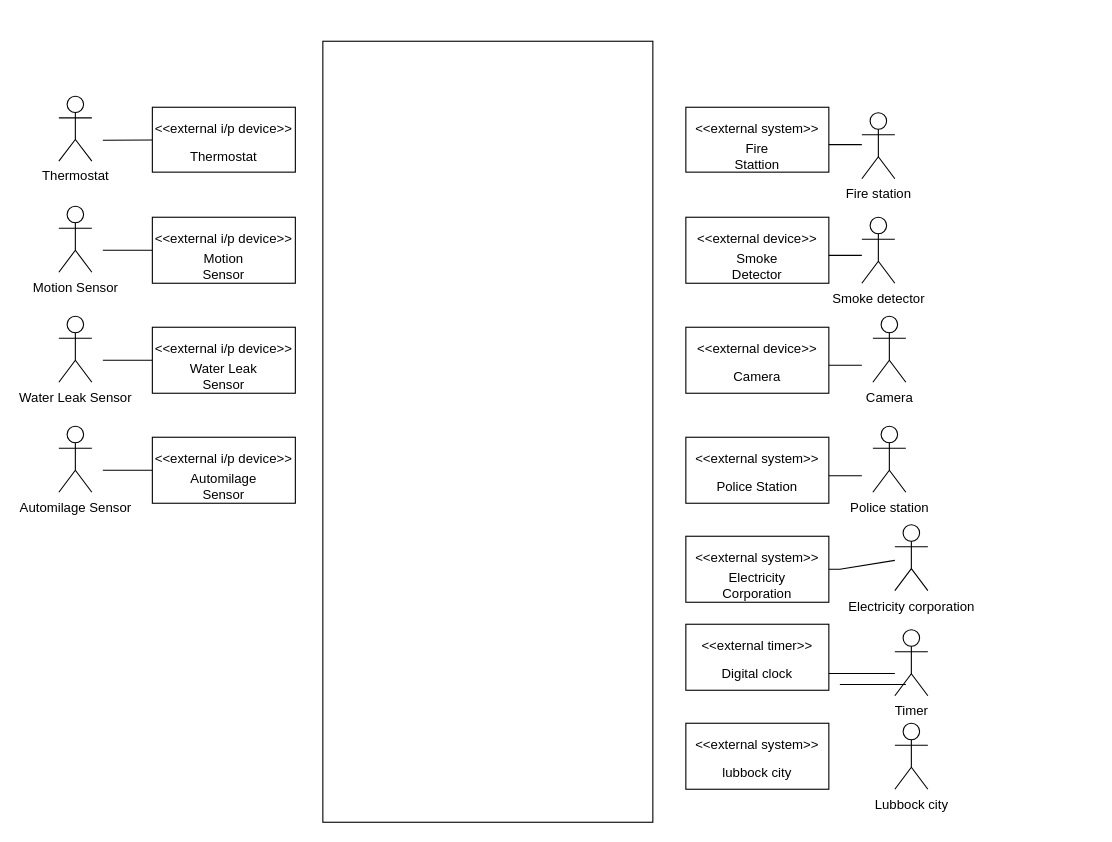
Earlier version of the draw.io diagram Untitled Diagram.drawio (emmanuel-george/TestProject). Source tidied: cells renumbered, new cells numbered last; positions are measured from the earlier drawing's top-left corner, leaving out a move shared by most shapes. Both pictures are drawn from the tidied source at 110%, with x=0, y=0 at pixel (58, 41).
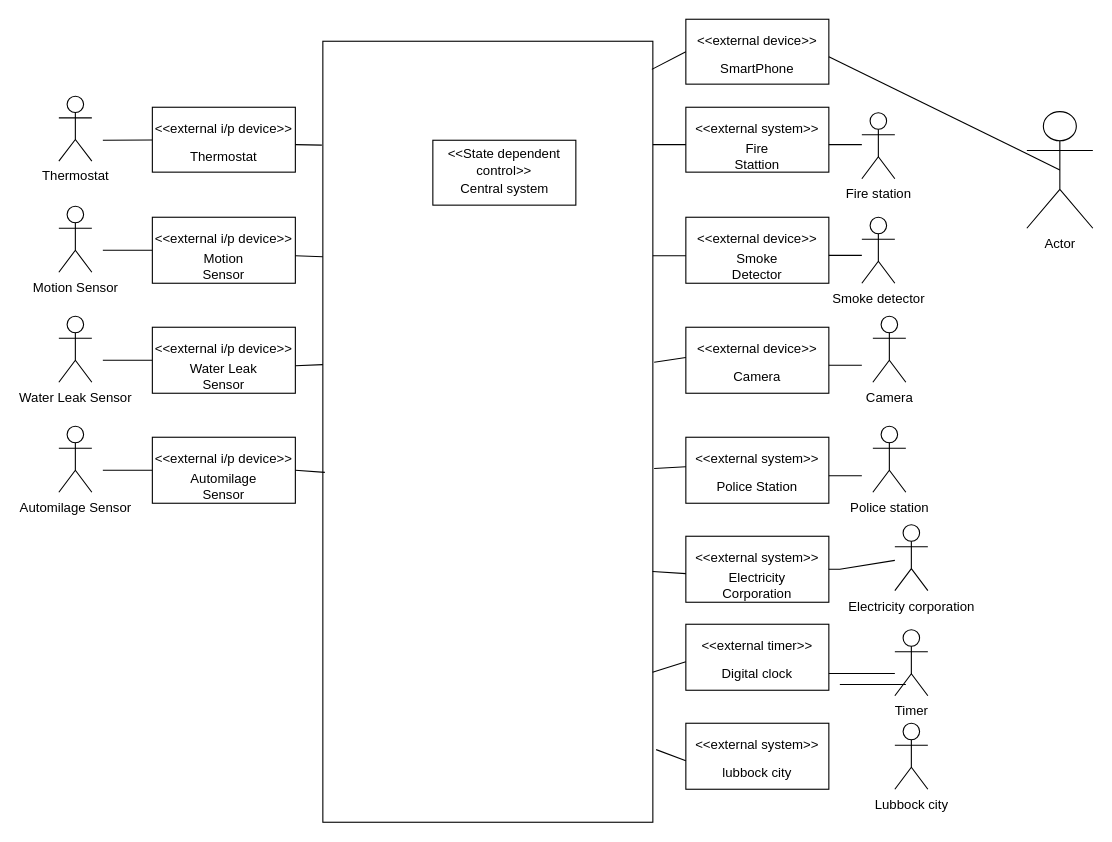
The same diagram, later.

Unchanged cells that the change refers to:
```xml
<mxCell id="5" value="&amp;lt;&amp;lt;external i/p device&amp;gt;&amp;gt;" style="text;html=1;strokeColor=none;fillColor=none;align=center;verticalAlign=middle;whiteSpace=wrap;rounded=0;" parent="1" vertex="1">
  <mxGeometry x="85" y="65" width="130" height="29" as="geometry" />
</mxCell>
<mxCell id="10" value="&amp;lt;&amp;lt;external i/p device&amp;gt;&amp;gt;" style="text;html=1;strokeColor=none;fillColor=none;align=center;verticalAlign=middle;whiteSpace=wrap;rounded=0;" parent="1" vertex="1">
  <mxGeometry x="85" y="165" width="130" height="30" as="geometry" />
</mxCell>
<mxCell id="15" value="&amp;lt;&amp;lt;external i/p device&amp;gt;&amp;gt;" style="text;html=1;strokeColor=none;fillColor=none;align=center;verticalAlign=middle;whiteSpace=wrap;rounded=0;" parent="1" vertex="1">
  <mxGeometry x="85" y="265" width="130" height="30" as="geometry" />
</mxCell>
<mxCell id="19" style="rounded=0;whiteSpace=wrap;html=1;" parent="1" vertex="1">
  <mxGeometry x="85" y="360" width="130" height="60" as="geometry" />
</mxCell>
<mxCell id="22" style="rounded=0;whiteSpace=wrap;html=1;" parent="1" vertex="1">
  <mxGeometry x="240" width="300" height="710" as="geometry" />
</mxCell>
<mxCell id="24" value="&amp;lt;&amp;lt;external system&amp;gt;&amp;gt;" style="text;html=1;strokeColor=none;fillColor=none;align=center;verticalAlign=middle;whiteSpace=wrap;rounded=0;" parent="1" vertex="1">
  <mxGeometry x="570" y="65" width="130" height="29" as="geometry" />
</mxCell>
<mxCell id="27" value="&amp;lt;&amp;lt;external device&amp;gt;&amp;gt;" style="text;html=1;strokeColor=none;fillColor=none;align=center;verticalAlign=middle;whiteSpace=wrap;rounded=0;" parent="1" vertex="1">
  <mxGeometry x="570" y="165" width="130" height="30" as="geometry" />
</mxCell>
<mxCell id="30" value="&amp;lt;&amp;lt;external device&amp;gt;&amp;gt;" style="text;html=1;strokeColor=none;fillColor=none;align=center;verticalAlign=middle;whiteSpace=wrap;rounded=0;" parent="1" vertex="1">
  <mxGeometry x="570" y="265" width="130" height="30" as="geometry" />
</mxCell>
<mxCell id="34" value="&amp;lt;&amp;lt;external system&amp;gt;&amp;gt;" style="text;html=1;strokeColor=none;fillColor=none;align=center;verticalAlign=middle;whiteSpace=wrap;rounded=0;" parent="1" vertex="1">
  <mxGeometry x="570" y="365" width="130" height="29" as="geometry" />
</mxCell>
<mxCell id="37" value="&amp;lt;&amp;lt;external system&amp;gt;&amp;gt;" style="text;html=1;strokeColor=none;fillColor=none;align=center;verticalAlign=middle;whiteSpace=wrap;rounded=0;" parent="1" vertex="1">
  <mxGeometry x="570" y="455" width="130" height="29" as="geometry" />
</mxCell>
<mxCell id="40" value="&amp;lt;&amp;lt;external timer&amp;gt;&amp;gt;" style="text;html=1;strokeColor=none;fillColor=none;align=center;verticalAlign=middle;whiteSpace=wrap;rounded=0;" parent="1" vertex="1">
  <mxGeometry x="570" y="535" width="130" height="29" as="geometry" />
</mxCell>
<mxCell id="43" value="&amp;lt;&amp;lt;external system&amp;gt;&amp;gt;" style="text;html=1;strokeColor=none;fillColor=none;align=center;verticalAlign=middle;whiteSpace=wrap;rounded=0;" parent="1" vertex="1">
  <mxGeometry x="570" y="625" width="130" height="29" as="geometry" />
</mxCell>
```

Diff of the diagram source:
```diff
@@
+    <mxCell id="58" style="rounded=0;whiteSpace=wrap;html=1;" parent="1" vertex="1">
+      <mxGeometry x="340" y="90" width="130" height="59" as="geometry" />
+    </mxCell>
+    <mxCell id="59" value="&amp;lt;&amp;lt;State dependent control&amp;gt;&amp;gt;" style="text;html=1;strokeColor=none;fillColor=none;align=center;verticalAlign=middle;whiteSpace=wrap;rounded=0;" parent="1" vertex="1">
+      <mxGeometry x="340" y="95" width="130" height="29" as="geometry" />
+    </mxCell>
+    <mxCell id="60" value="Central system" style="text;html=1;strokeColor=none;fillColor=none;align=center;verticalAlign=middle;whiteSpace=wrap;rounded=0;" parent="1" vertex="1">
+      <mxGeometry x="362.5" y="119" width="85" height="29" as="geometry" />
+    </mxCell>
+    <mxCell id="61" style="endArrow=none;html=1;rounded=0;entryX=0;entryY=1;entryDx=0;entryDy=0;" parent="1" edge="1" target="24">
+      <mxGeometry relative="1" as="geometry">
+        <mxPoint x="540" y="94" as="sourcePoint" />
+      </mxGeometry>
+    </mxCell>
+    <mxCell id="62" style="endArrow=none;html=1;rounded=0;entryX=0;entryY=1;entryDx=0;entryDy=0;" parent="1" edge="1" target="27">
+      <mxGeometry relative="1" as="geometry">
+        <mxPoint x="540" y="195" as="sourcePoint" />
+      </mxGeometry>
+    </mxCell>
+    <mxCell id="63" style="endArrow=none;html=1;rounded=0;entryX=0;entryY=0.75;entryDx=0;entryDy=0;exitX=1.004;exitY=0.411;exitDx=0;exitDy=0;exitPerimeter=0;" parent="1" edge="1" source="22" target="30">
+      <mxGeometry relative="1" as="geometry" />
+    </mxCell>
+    <mxCell id="64" style="endArrow=none;html=1;rounded=0;entryX=0;entryY=0.75;entryDx=0;entryDy=0;exitX=1.004;exitY=0.547;exitDx=0;exitDy=0;exitPerimeter=0;" parent="1" edge="1" source="22" target="34">
+      <mxGeometry relative="1" as="geometry" />
+    </mxCell>
+    <mxCell id="65" style="endArrow=none;html=1;rounded=0;entryX=0;entryY=1;entryDx=0;entryDy=0;exitX=0.999;exitY=0.679;exitDx=0;exitDy=0;exitPerimeter=0;" parent="1" edge="1" source="22" target="37">
+      <mxGeometry relative="1" as="geometry" />
+    </mxCell>
+    <mxCell id="66" style="endArrow=none;html=1;rounded=0;entryX=0;entryY=1;entryDx=0;entryDy=0;exitX=0.999;exitY=0.808;exitDx=0;exitDy=0;exitPerimeter=0;" parent="1" edge="1" source="22" target="40">
+      <mxGeometry relative="1" as="geometry" />
+    </mxCell>
+    <mxCell id="67" style="endArrow=none;html=1;rounded=0;entryX=0;entryY=1;entryDx=0;entryDy=0;exitX=1.01;exitY=0.907;exitDx=0;exitDy=0;exitPerimeter=0;" parent="1" edge="1" source="22" target="43">
+      <mxGeometry relative="1" as="geometry" />
+    </mxCell>
+    <mxCell id="68" style="endArrow=none;html=1;rounded=0;exitX=1;exitY=1;exitDx=0;exitDy=0;entryX=-0.003;entryY=0.133;entryDx=0;entryDy=0;entryPerimeter=0;" parent="1" edge="1" source="5" target="22">
+      <mxGeometry relative="1" as="geometry" />
+    </mxCell>
+    <mxCell id="69" style="endArrow=none;html=1;rounded=0;exitX=1;exitY=1;exitDx=0;exitDy=0;entryX=0;entryY=0.276;entryDx=0;entryDy=0;entryPerimeter=0;" parent="1" edge="1" source="10" target="22">
+      <mxGeometry relative="1" as="geometry" />
+    </mxCell>
+    <mxCell id="70" style="endArrow=none;html=1;rounded=0;exitX=1;exitY=1;exitDx=0;exitDy=0;entryX=0;entryY=0.414;entryDx=0;entryDy=0;entryPerimeter=0;" parent="1" edge="1" source="15" target="22">
+      <mxGeometry relative="1" as="geometry" />
+    </mxCell>
+    <mxCell id="71" style="endArrow=none;html=1;rounded=0;exitX=1;exitY=0.5;exitDx=0;exitDy=0;entryX=0.006;entryY=0.552;entryDx=0;entryDy=0;entryPerimeter=0;" parent="1" edge="1" source="19" target="22">
+      <mxGeometry relative="1" as="geometry" />
+    </mxCell>
+    <mxCell id="72" style="rounded=0;whiteSpace=wrap;html=1;" parent="1" vertex="1">
+      <mxGeometry x="570" y="-20" width="130" height="59" as="geometry" />
+    </mxCell>
+    <mxCell id="73" value="&amp;lt;&amp;lt;external device&amp;gt;&amp;gt;" style="text;html=1;strokeColor=none;fillColor=none;align=center;verticalAlign=middle;whiteSpace=wrap;rounded=0;" parent="1" vertex="1">
+      <mxGeometry x="570" y="-15" width="130" height="29" as="geometry" />
+    </mxCell>
+    <mxCell id="74" value="SmartPhone" style="text;html=1;strokeColor=none;fillColor=none;align=center;verticalAlign=middle;whiteSpace=wrap;rounded=0;" parent="1" vertex="1">
+      <mxGeometry x="605" y="10" width="60" height="29" as="geometry" />
+    </mxCell>
+    <mxCell id="75" style="endArrow=none;html=1;rounded=0;entryX=0;entryY=0.5;entryDx=0;entryDy=0;exitX=0.997;exitY=0.036;exitDx=0;exitDy=0;exitPerimeter=0;" parent="1" edge="1" source="22" target="72">
+      <mxGeometry relative="1" as="geometry" />
+    </mxCell>
+    <mxCell id="76" value="Actor" style="shape=umlActor;verticalLabelPosition=bottom;verticalAlign=top;html=1;outlineConnect=0;" parent="1" vertex="1">
+      <mxGeometry x="880" y="64" width="60" height="106" as="geometry" />
+    </mxCell>
+    <mxCell id="77" style="endArrow=none;html=1;rounded=0;entryX=0.5;entryY=0.5;entryDx=0;entryDy=0;entryPerimeter=0;exitX=1;exitY=1;exitDx=0;exitDy=0;" parent="1" edge="1" source="73" target="76">
+      <mxGeometry relative="1" as="geometry" />
+    </mxCell>
```
